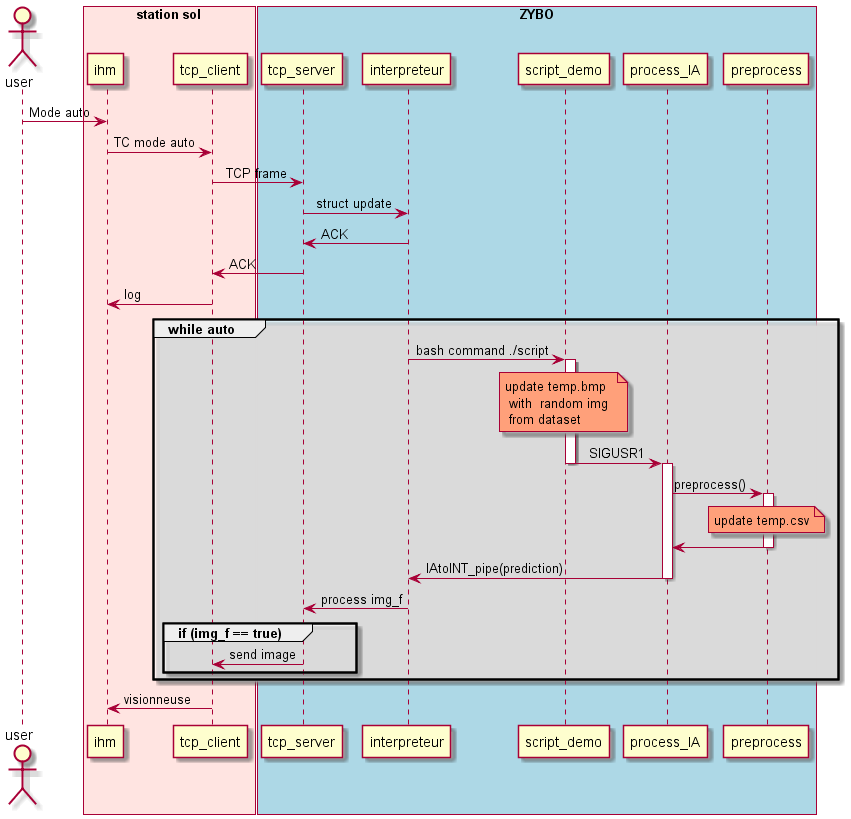
Earlier version of the PlantUML export out/plantuml/A-eye-visor/Sequence mode auto.png (GuilhemROLLAND/A-Eye_Documentation).
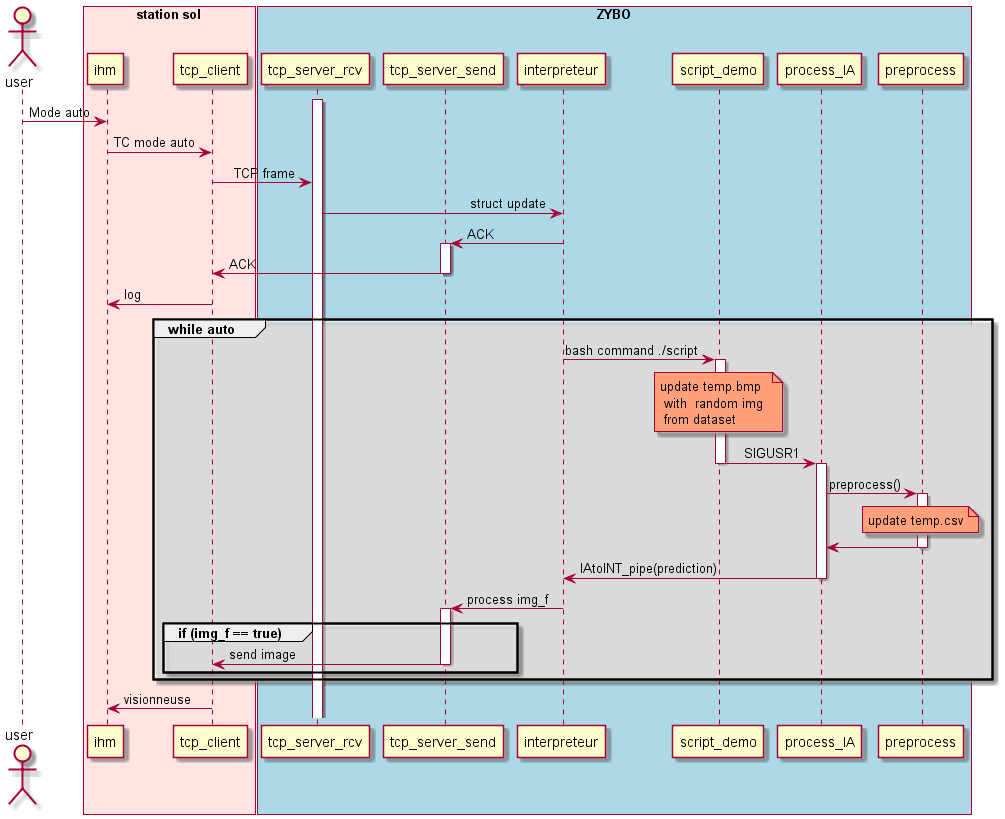
Above is the later version.

Commit message:
added thread for tcp_server

Change to the diagram source:
```diff
@@ -3,32 +3,37 @@
 skinparam SequenceGroupBodyBackgroundColor #FFFFFF90
 skinparam SequenceMessageAlign reverseDirection
 
+actor user order 1
+
 box "ZYBO" #LightBlue
-    participant process_IA as ia order 7
-    participant preprocess as pr order 8
-    participant script_demo as script order 6
-    participant interpreteur as int order 5
-    participant tcp_server as server order 4
+    participant tcp_server_rcv as server_rcv order 4
+    participant tcp_server_send as server_send order 5
+    participant interpreteur as int order 6
+    participant script_demo as script order 7
+    participant process_IA as ia order 8
+    participant preprocess as pr order 9
 end box
+
 box "station sol" #MistyRose
+    participant ihm as ihm order 2
     participant tcp_client as client order 3
-    participant ihm as ihm order 2
 end box
-actor user order 1
+
+activate server_rcv
 user -> ihm : Mode auto
 ihm -> client : TC mode auto
-client -> server : TCP frame
-server -> int : struct update
-int -> server : ACK
-server -> client : ACK
+client -> server_rcv : TCP frame
+server_rcv -> int : struct update
+int -> server_send : ACK
+activate server_send
+server_send -> client : ACK
+deactivate server_send
 client -> ihm : log
     group while auto
         int -> script : bash command ./script
         activate script
         note over script #LightSalmon:  update temp.bmp \n with  random img \n from dataset
-        activate script
         script -> ia : SIGUSR1
-        deactivate script
         deactivate script
         activate ia
         ia -> pr : preprocess()
@@ -38,9 +43,11 @@
         deactivate pr
         ia -> int : IAtoINT_pipe(prediction)
         deactivate ia
-        int -> server : process img_f
+        int -> server_send : process img_f
         group if (img_f == true)
-            server -> client : send image
+            activate server_send
+            server_send -> client : send image
+            deactivate server_send
         end
     end
     client -> ihm : visionneuse
```
